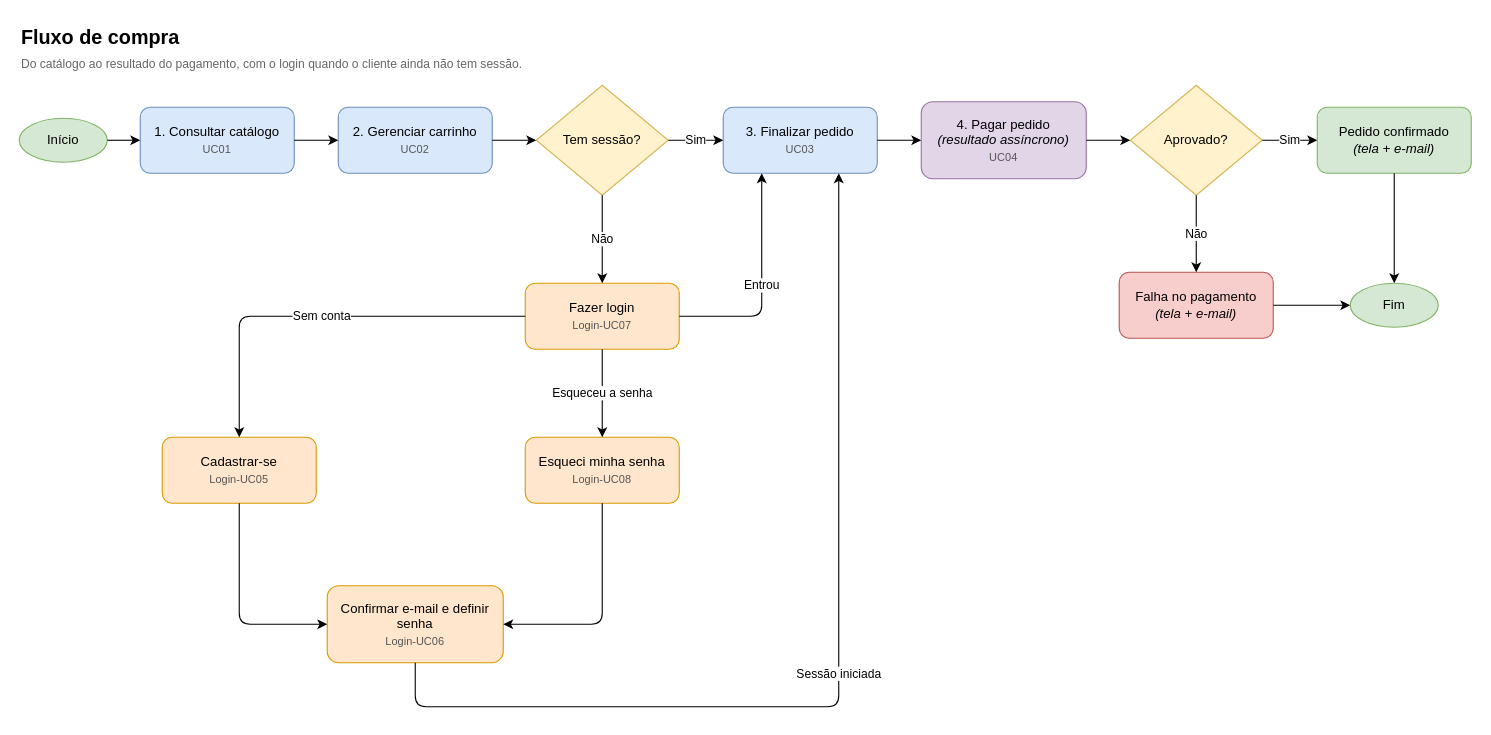
Above: docs/diagrams/fluxo-compra.drawio in ArturRibeiro/scorpornok-ecommerce (draw.io), before the change. Source tidied: cells renumbered, new cells numbered last; positions are measured from the earlier drawing's top-left corner, leaving out a move shared by most shapes. Both pictures are drawn from the tidied source at 110%, with x=0, y=0 at pixel (19, 19).
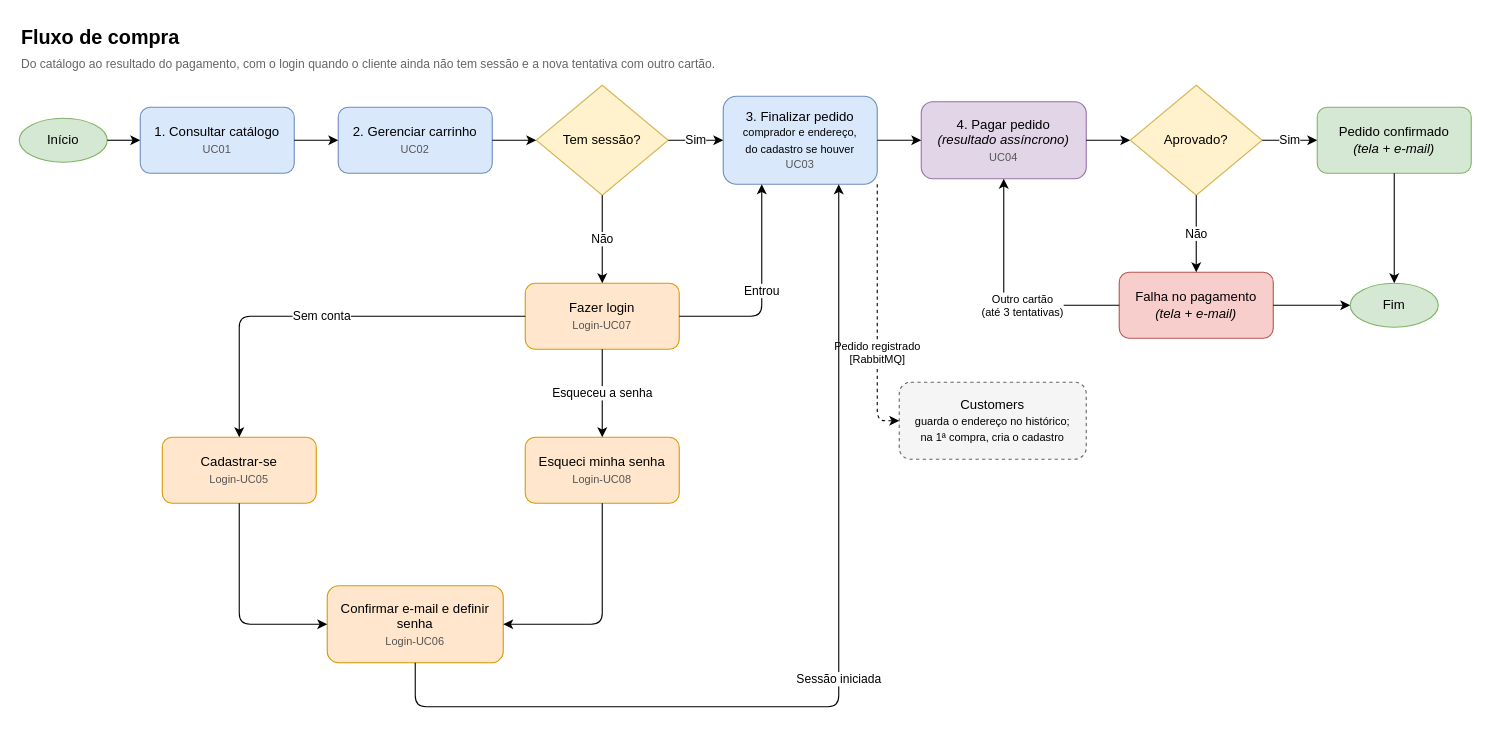
The same page after the edit.

The change refers to these unchanged cells:
```xml
<mxCell id="8" value="4. Pagar pedido&lt;br&gt;&lt;i&gt;(resultado assíncrono)&lt;/i&gt;&lt;br&gt;&lt;font style=&quot;font-size:10px&quot; color=&quot;#555555&quot;&gt;UC04&lt;/font&gt;" style="rounded=1;whiteSpace=wrap;html=1;fillColor=#e1d5e7;strokeColor=#9673a6;" parent="1" vertex="1">
  <mxGeometry x="820" y="75" width="150" height="70" as="geometry" />
</mxCell>
<mxCell id="11" value="Falha no pagamento&lt;br&gt;&lt;i&gt;(tela + e-mail)&lt;/i&gt;" style="rounded=1;whiteSpace=wrap;html=1;fillColor=#f8cecc;strokeColor=#b85450;" parent="1" vertex="1">
  <mxGeometry x="1000" y="230" width="140" height="60" as="geometry" />
</mxCell>
```

Diff of the diagram source:
```diff
@@
-    <mxCell id="2" value="Fluxo de compra&lt;br&gt;&lt;font style=&quot;font-size:11px;font-weight:normal&quot; color=&quot;#666666&quot;&gt;Do catálogo ao resultado do pagamento, com o login quando o cliente ainda não tem sessão.&lt;/font&gt;" style="text;html=1;align=left;verticalAlign=top;fontSize=18;fontStyle=1;" parent="1" vertex="1">
+    <mxCell id="2" value="Fluxo de compra&lt;br&gt;&lt;font style=&quot;font-size:11px;font-weight:normal&quot; color=&quot;#666666&quot;&gt;Do catálogo ao resultado do pagamento, com o login quando o cliente ainda não tem sessão e a nova tentativa com outro cartão.&lt;/font&gt;" style="text;html=1;align=left;verticalAlign=top;fontSize=18;fontStyle=1;" parent="1" vertex="1">
       <mxGeometry width="900" height="50" as="geometry" />
     </mxCell>
@@
-    <mxCell id="7" value="3. Finalizar pedido&lt;br&gt;&lt;font style=&quot;font-size:10px&quot; color=&quot;#555555&quot;&gt;UC03&lt;/font&gt;" style="rounded=1;whiteSpace=wrap;html=1;fillColor=#dae8fc;strokeColor=#6c8ebf;" parent="1" vertex="1">
-      <mxGeometry x="640" y="80" width="140" height="60" as="geometry" />
+    <mxCell id="7" value="3. Finalizar pedido&lt;br&gt;&lt;font style=&quot;font-size:10px&quot;&gt;comprador e endereço,&lt;br&gt;do cadastro se houver&lt;/font&gt;&lt;br&gt;&lt;font style=&quot;font-size:10px&quot; color=&quot;#555555&quot;&gt;UC03&lt;/font&gt;" style="rounded=1;whiteSpace=wrap;html=1;fillColor=#dae8fc;strokeColor=#6c8ebf;" parent="1" vertex="1">
+      <mxGeometry x="640" y="70" width="140" height="80" as="geometry" />
     </mxCell>
@@
+    <mxCell id="34" value="Customers&lt;br&gt;&lt;font style=&quot;font-size:10px&quot;&gt;guarda o endereço no histórico;&lt;br&gt;na 1ª compra, cria o cadastro&lt;/font&gt;" style="rounded=1;whiteSpace=wrap;html=1;fillColor=#f5f5f5;strokeColor=#666666;dashed=1;" parent="1" vertex="1">
+      <mxGeometry x="800" y="330" width="170" height="70" as="geometry" />
+    </mxCell>
+    <mxCell id="35" value="Pedido registrado&lt;br&gt;[RabbitMQ]" style="edgeStyle=orthogonalEdgeStyle;rounded=1;html=1;endArrow=classic;dashed=1;fontSize=10;exitX=1;exitY=1;exitDx=0;exitDy=0;entryX=0;entryY=0.5;entryDx=0;entryDy=0;" parent="1" edge="1" source="7" target="34">
+      <mxGeometry x="0.3" relative="1" as="geometry">
+        <Array as="points">
+          <mxPoint x="780" y="365" />
+        </Array>
+      </mxGeometry>
+    </mxCell>
+    <mxCell id="36" value="Outro cartão&lt;br&gt;(até 3 tentativas)" style="edgeStyle=orthogonalEdgeStyle;rounded=1;html=1;endArrow=classic;fontSize=10;exitX=0;exitY=0.5;exitDx=0;exitDy=0;entryX=0.5;entryY=1;entryDx=0;entryDy=0;" parent="1" edge="1" source="11" target="8">
+      <mxGeometry x="-0.2" relative="1" as="geometry">
+        <Array as="points">
+          <mxPoint x="895" y="260" />
+        </Array>
+      </mxGeometry>
+    </mxCell>
```
